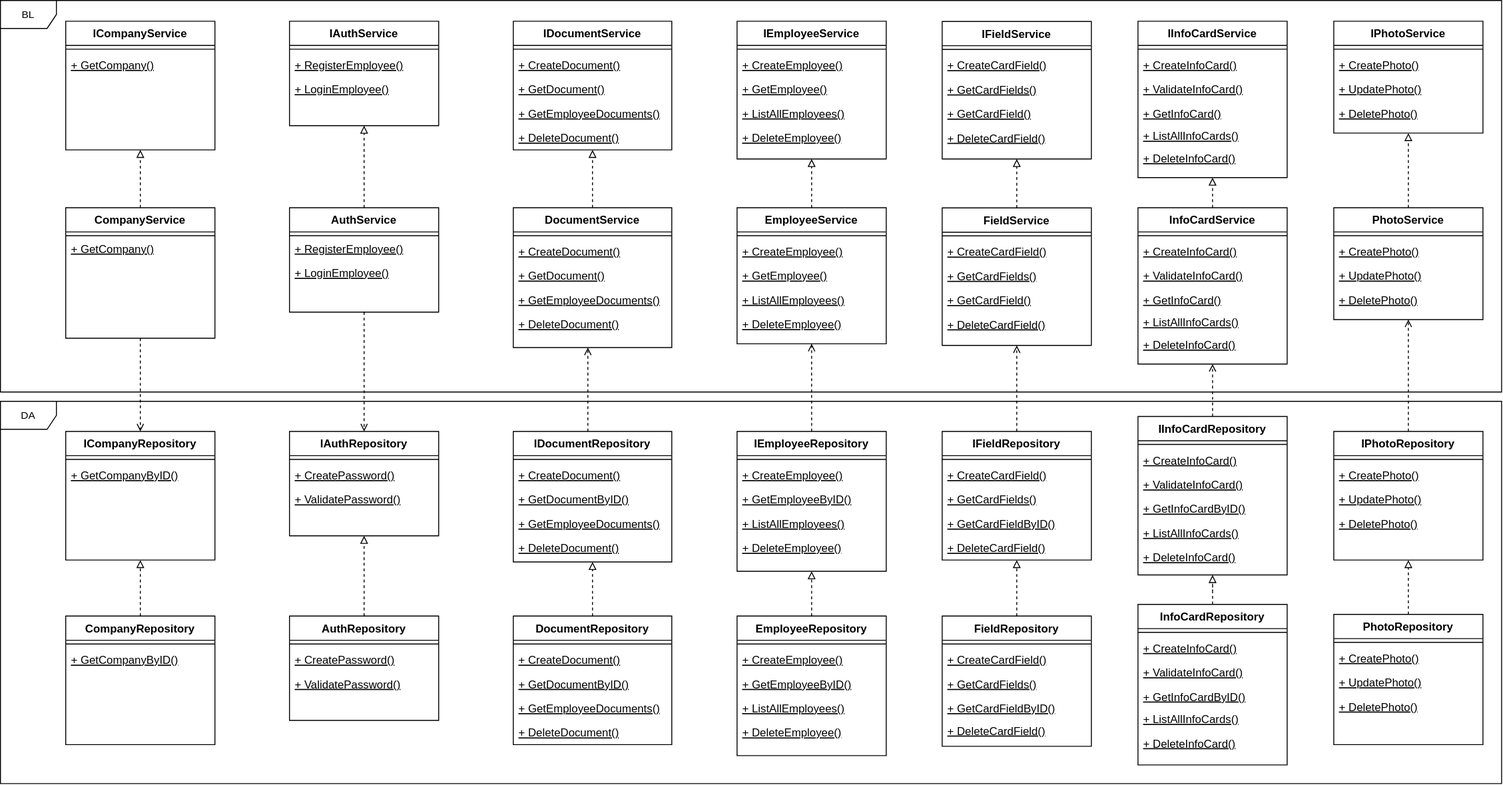
Earlier version of the draw.io export diagrams/uml.svg (pstpn/PPO). Source tidied: cells renumbered, new cells last; positions are measured from the earlier drawing's top-left corner, leaving out a move shared by most shapes.
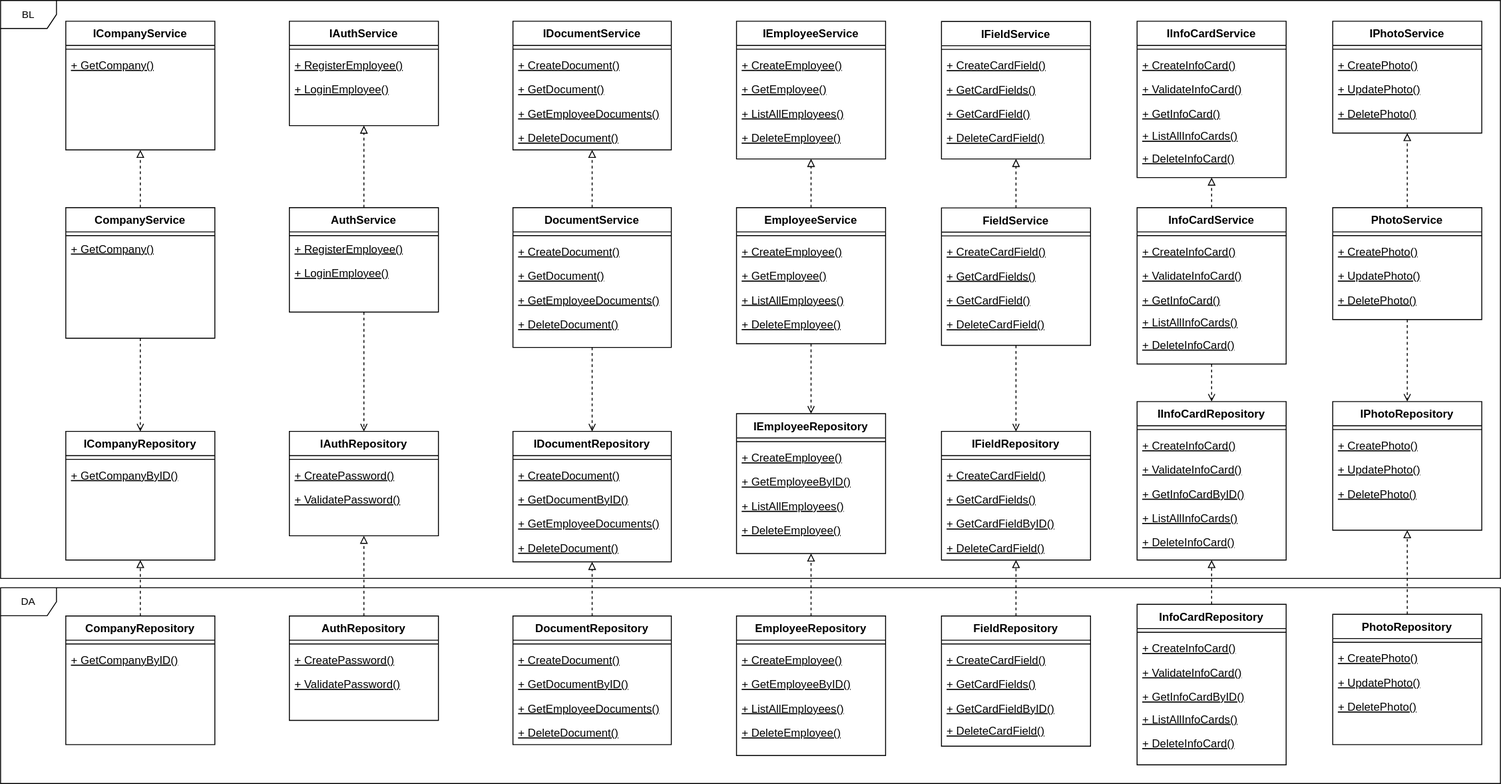
After the commit.

The edit, as a diff of the source:
```diff
@@ -17,7 +17,7 @@
     <mxCell id="6" style="edgeStyle=orthogonalEdgeStyle;rounded=0;jettySize=auto;html=1;exitX=0.5;exitY=0;exitDx=0;exitDy=0;entryX=0.5;entryY=1;entryDx=0;entryDy=0;dashed=1;strokeColor=default;align=center;verticalAlign=middle;fontFamily=Helvetica;fontSize=11;fontColor=default;labelBackgroundColor=default;endArrow=block;endFill=0;" parent="1" edge="1" source="8" target="48">
       <mxGeometry relative="1" as="geometry" />
     </mxCell>
-    <mxCell id="7" style="edgeStyle=orthogonalEdgeStyle;rounded=0;jettySize=auto;html=1;dashed=1;strokeColor=default;align=center;verticalAlign=middle;fontFamily=Helvetica;fontSize=11;fontColor=default;labelBackgroundColor=default;endArrow=open;endFill=0;" parent="1" edge="1" source="29" target="8">
+    <mxCell id="7" style="edgeStyle=orthogonalEdgeStyle;rounded=0;jettySize=auto;html=1;dashed=1;strokeColor=default;align=center;verticalAlign=middle;fontFamily=Helvetica;fontSize=11;fontColor=default;labelBackgroundColor=default;endArrow=open;endFill=0;" parent="1" edge="1" source="8" target="29">
       <mxGeometry relative="1" as="geometry" />
     </mxCell>
     <mxCell id="8" value="EmployeeService" style="swimlane;fontStyle=1;align=center;verticalAlign=top;horizontal=1;startSize=26;rounded=0;shadow=0;strokeWidth=1;" parent="1" vertex="1">
@@ -53,13 +53,8 @@
     <mxCell id="18" style="edgeStyle=orthogonalEdgeStyle;rounded=0;jettySize=auto;html=1;exitX=0.5;exitY=0;exitDx=0;exitDy=0;entryX=0.5;entryY=1;entryDx=0;entryDy=0;dashed=1;strokeColor=default;align=center;verticalAlign=middle;fontFamily=Helvetica;fontSize=11;fontColor=default;labelBackgroundColor=default;endArrow=block;endFill=0;" parent="1" edge="1" source="20" target="58">
       <mxGeometry relative="1" as="geometry" />
     </mxCell>
-    <mxCell id="19" style="edgeStyle=orthogonalEdgeStyle;rounded=0;jettySize=auto;html=1;dashed=1;strokeColor=default;align=center;verticalAlign=middle;fontFamily=Helvetica;fontSize=11;fontColor=default;labelBackgroundColor=default;endArrow=open;endFill=0;" parent="1" edge="1" source="39" target="20">
-      <mxGeometry relative="1" as="geometry">
-        <Array as="points">
-          <mxPoint x="630" y="390" />
-          <mxPoint x="630" y="390" />
-        </Array>
-      </mxGeometry>
+    <mxCell id="19" style="edgeStyle=orthogonalEdgeStyle;rounded=0;jettySize=auto;html=1;dashed=1;strokeColor=default;align=center;verticalAlign=middle;fontFamily=Helvetica;fontSize=11;fontColor=default;labelBackgroundColor=default;endArrow=open;endFill=0;" parent="1" edge="1" source="20" target="39">
+      <mxGeometry relative="1" as="geometry" />
     </mxCell>
     <mxCell id="20" value="DocumentService" style="swimlane;fontStyle=1;align=center;verticalAlign=top;horizontal=1;startSize=26;rounded=0;shadow=0;strokeWidth=1;" parent="1" vertex="1">
       <mxGeometry x="550" y="222.2" width="170" height="150" as="geometry" />
@@ -89,7 +84,7 @@
       <mxGeometry y="34" width="160" height="26" as="geometry" />
     </mxCell>
     <mxCell id="29" value="IEmployeeRepository" style="swimlane;fontStyle=1;align=center;verticalAlign=top;horizontal=1;startSize=26;rounded=0;shadow=0;strokeWidth=1;" parent="1" vertex="1">
-      <mxGeometry x="790" y="462.2" width="160" height="150" as="geometry" />
+      <mxGeometry x="790" y="443.2" width="160" height="150" as="geometry" />
     </mxCell>
     <mxCell id="30" style="line;html=1;strokeWidth=1;align=left;verticalAlign=middle;spacingTop=-1;spacingLeft=3;spacingRight=3;labelPosition=right;" parent="29" vertex="1">
       <mxGeometry y="26" width="160" height="8" as="geometry" />
@@ -263,10 +258,10 @@
       <mxGeometry relative="1" as="geometry" />
     </mxCell>
     <mxCell id="87" value="DA" style="shape=umlFrame;whiteSpace=wrap;html=1;fontFamily=Helvetica;fontSize=11;fontColor=default;labelBackgroundColor=default;" parent="1" vertex="1">
-      <mxGeometry y="430" width="1610" height="410" as="geometry" />
+      <mxGeometry y="630" width="1610" height="210" as="geometry" />
     </mxCell>
     <mxCell id="88" value="BL" style="shape=umlFrame;whiteSpace=wrap;html=1;fontFamily=Helvetica;fontSize=11;fontColor=default;labelBackgroundColor=default;" parent="1" vertex="1">
-      <mxGeometry width="1610" height="420" as="geometry" />
+      <mxGeometry width="1610" height="620" as="geometry" />
     </mxCell>
     <mxCell id="89" value="+ GetCompany()" style="text;align=left;verticalAlign=top;spacingLeft=4;spacingRight=4;overflow=hidden;fontStyle=4;" parent="1" vertex="1">
       <mxGeometry x="70" y="253.2" width="160" height="26" as="geometry" />
@@ -280,7 +275,7 @@
     <mxCell id="92" style="edgeStyle=orthogonalEdgeStyle;rounded=0;jettySize=auto;html=1;exitX=0.5;exitY=0;exitDx=0;exitDy=0;entryX=0.5;entryY=1;entryDx=0;entryDy=0;dashed=1;strokeColor=default;align=center;verticalAlign=middle;fontFamily=Helvetica;fontSize=11;fontColor=default;labelBackgroundColor=default;endArrow=block;endFill=0;" parent="1" edge="1" source="94" target="100">
       <mxGeometry relative="1" as="geometry" />
     </mxCell>
-    <mxCell id="93" style="edgeStyle=orthogonalEdgeStyle;rounded=0;jettySize=auto;html=1;dashed=1;strokeColor=default;align=center;verticalAlign=middle;fontFamily=Helvetica;fontSize=11;fontColor=default;labelBackgroundColor=default;endArrow=open;endFill=0;" parent="1" edge="1" source="134" target="94">
+    <mxCell id="93" style="edgeStyle=orthogonalEdgeStyle;rounded=0;jettySize=auto;html=1;dashed=1;strokeColor=default;align=center;verticalAlign=middle;fontFamily=Helvetica;fontSize=11;fontColor=default;labelBackgroundColor=default;endArrow=open;endFill=0;" parent="1" edge="1" source="94" target="134">
       <mxGeometry relative="1" as="geometry" />
     </mxCell>
     <mxCell id="94" value="FieldService" style="swimlane;fontStyle=1;align=center;verticalAlign=top;horizontal=1;startSize=26;rounded=0;shadow=0;strokeWidth=1;" parent="1" vertex="1">
@@ -322,7 +317,7 @@
     <mxCell id="106" style="edgeStyle=orthogonalEdgeStyle;rounded=0;jettySize=auto;html=1;exitX=0.5;exitY=0;exitDx=0;exitDy=0;entryX=0.5;entryY=1;entryDx=0;entryDy=0;dashed=1;strokeColor=default;align=center;verticalAlign=middle;fontFamily=Helvetica;fontSize=11;fontColor=default;labelBackgroundColor=default;endArrow=block;endFill=0;" parent="1" edge="1" source="108" target="115">
       <mxGeometry relative="1" as="geometry" />
     </mxCell>
-    <mxCell id="107" style="edgeStyle=orthogonalEdgeStyle;rounded=0;jettySize=auto;html=1;dashed=1;strokeColor=default;align=center;verticalAlign=middle;fontFamily=Helvetica;fontSize=11;fontColor=default;labelBackgroundColor=default;endArrow=open;endFill=0;" parent="1" edge="1" source="147" target="108">
+    <mxCell id="107" style="edgeStyle=orthogonalEdgeStyle;rounded=0;jettySize=auto;html=1;dashed=1;strokeColor=default;align=center;verticalAlign=middle;fontFamily=Helvetica;fontSize=11;fontColor=default;labelBackgroundColor=default;endArrow=open;endFill=0;" parent="1" edge="1" source="108" target="147">
       <mxGeometry relative="1" as="geometry" />
     </mxCell>
     <mxCell id="108" value="InfoCardService" style="swimlane;fontStyle=1;align=center;verticalAlign=top;horizontal=1;startSize=26;rounded=0;shadow=0;strokeWidth=1;" parent="1" vertex="1">
@@ -370,7 +365,7 @@
     <mxCell id="122" style="edgeStyle=orthogonalEdgeStyle;rounded=0;jettySize=auto;html=1;exitX=0.5;exitY=0;exitDx=0;exitDy=0;entryX=0.5;entryY=1;entryDx=0;entryDy=0;dashed=1;strokeColor=default;align=center;verticalAlign=middle;fontFamily=Helvetica;fontSize=11;fontColor=default;labelBackgroundColor=default;endArrow=block;endFill=0;" parent="1" edge="1" source="124" target="129">
       <mxGeometry relative="1" as="geometry" />
     </mxCell>
-    <mxCell id="123" style="edgeStyle=orthogonalEdgeStyle;rounded=0;jettySize=auto;html=1;dashed=1;strokeColor=default;align=center;verticalAlign=middle;fontFamily=Helvetica;fontSize=11;fontColor=default;labelBackgroundColor=default;endArrow=open;endFill=0;" parent="1" edge="1" source="162" target="124">
+    <mxCell id="123" style="edgeStyle=orthogonalEdgeStyle;rounded=0;jettySize=auto;html=1;dashed=1;strokeColor=default;align=center;verticalAlign=middle;fontFamily=Helvetica;fontSize=11;fontColor=default;labelBackgroundColor=default;endArrow=open;endFill=0;" parent="1" edge="1" source="124" target="162">
       <mxGeometry relative="1" as="geometry" />
     </mxCell>
     <mxCell id="124" value="PhotoService" style="swimlane;fontStyle=1;align=center;verticalAlign=top;horizontal=1;startSize=26;rounded=0;shadow=0;strokeWidth=1;" parent="1" vertex="1">
@@ -443,7 +438,7 @@
       <mxGeometry y="110" width="160" height="26" as="geometry" />
     </mxCell>
     <mxCell id="147" value="IInfoCardRepository" style="swimlane;fontStyle=1;align=center;verticalAlign=top;horizontal=1;startSize=26;rounded=0;shadow=0;strokeWidth=1;" parent="1" vertex="1">
-      <mxGeometry x="1220" y="446.2" width="160" height="170" as="geometry" />
+      <mxGeometry x="1220" y="430.2" width="160" height="170" as="geometry" />
     </mxCell>
     <mxCell id="148" style="line;html=1;strokeWidth=1;align=left;verticalAlign=middle;spacingTop=-1;spacingLeft=3;spacingRight=3;labelPosition=right;" parent="147" vertex="1">
       <mxGeometry y="26" width="160" height="8" as="geometry" />
@@ -488,7 +483,7 @@
       <mxGeometry relative="1" as="geometry" />
     </mxCell>
     <mxCell id="162" value="IPhotoRepository" style="swimlane;fontStyle=1;align=center;verticalAlign=top;horizontal=1;startSize=26;rounded=0;shadow=0;strokeWidth=1;" parent="1" vertex="1">
-      <mxGeometry x="1430" y="462.2" width="160" height="138" as="geometry" />
+      <mxGeometry x="1430" y="430.2" width="160" height="138" as="geometry" />
     </mxCell>
     <mxCell id="163" style="line;html=1;strokeWidth=1;align=left;verticalAlign=middle;spacingTop=-1;spacingLeft=3;spacingRight=3;labelPosition=right;" parent="162" vertex="1">
       <mxGeometry y="26" width="160" height="8" as="geometry" />
```
